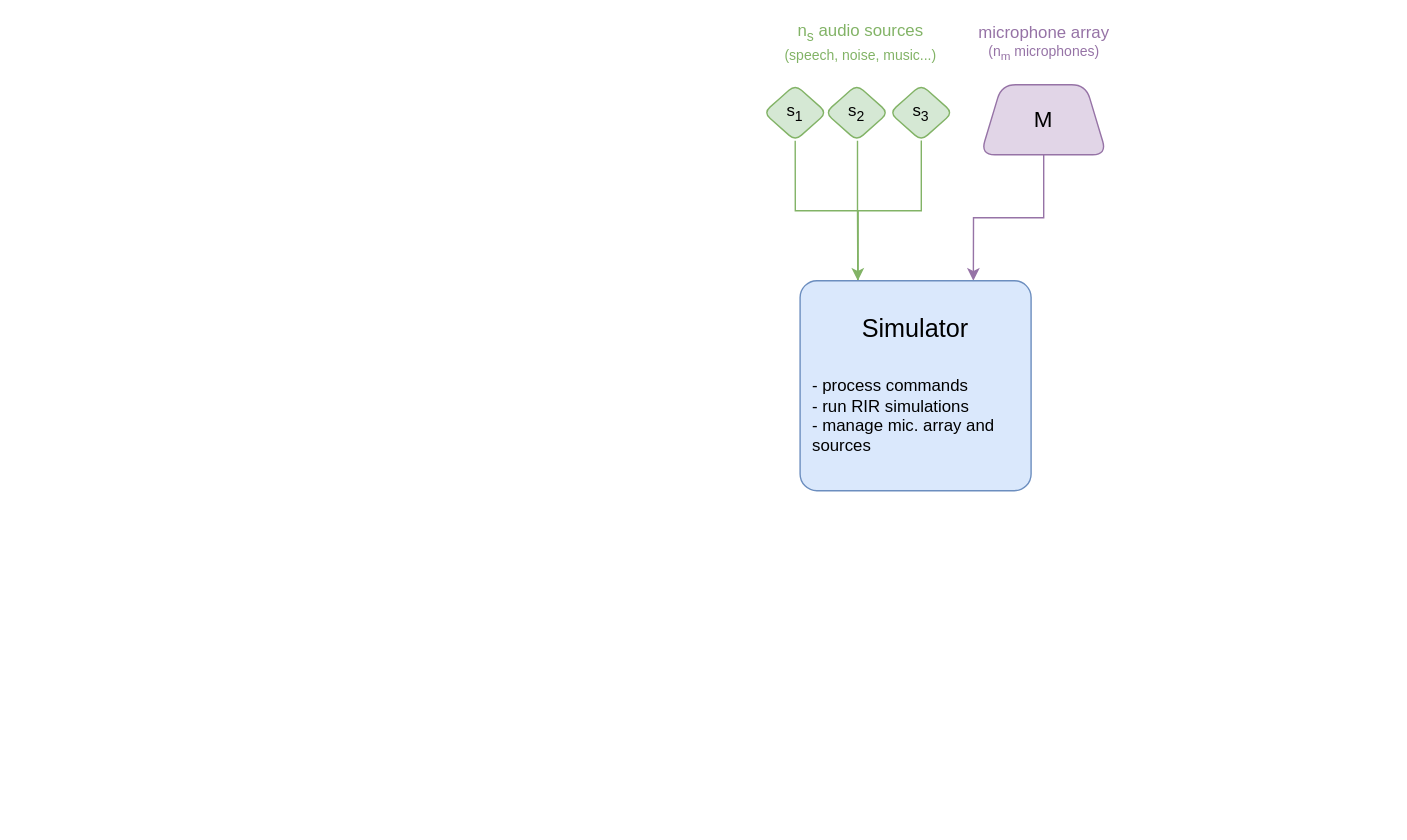
The draw.io diagram slides/2_simulator/figures/simulator_architecture_1.svg in GaetanLepage/phd_defense_slides, before a commit. Source tidied: cells renumbered, new cells last; positions are measured from the earlier drawing's top-left corner, leaving out a move shared by most shapes.
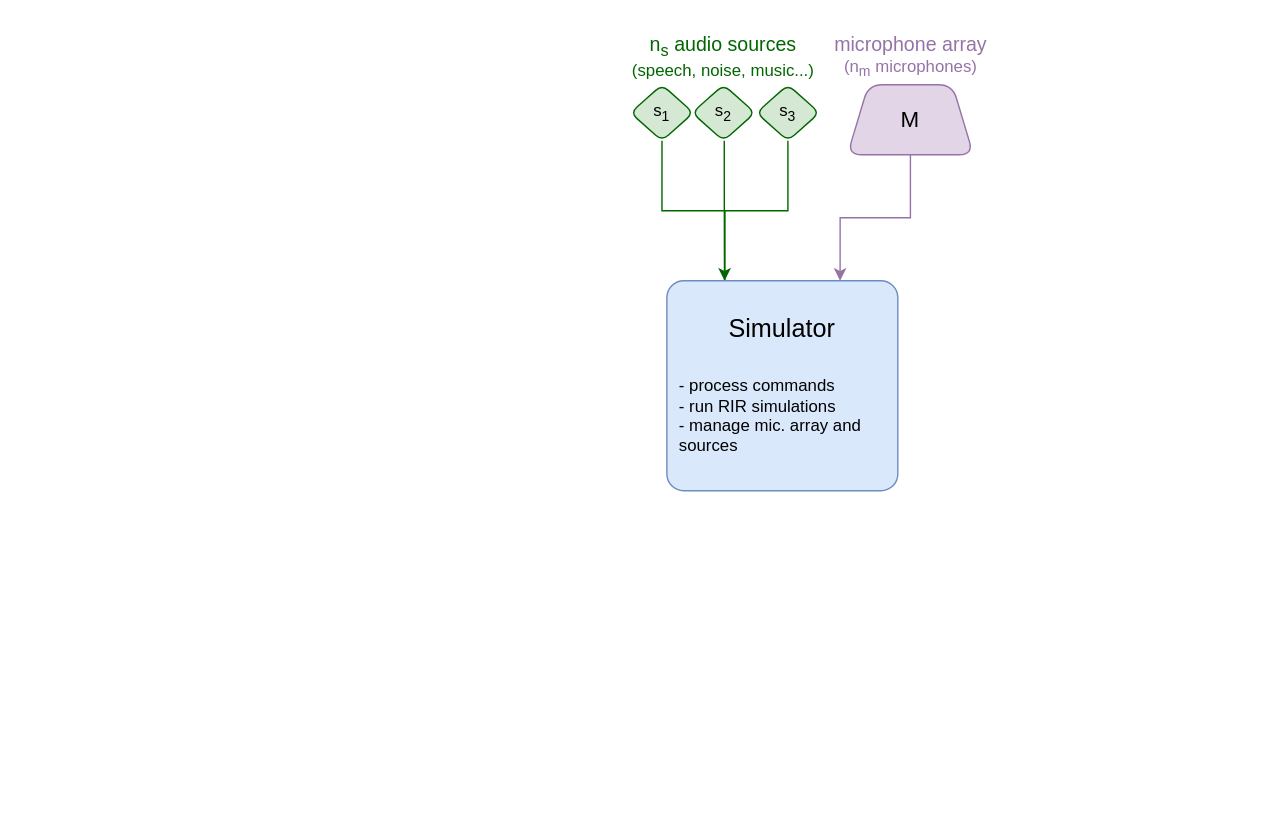
After the commit.

What changed in the source:
```diff
@@ -3,36 +3,36 @@
     <mxCell id="0" />
     <mxCell id="1" parent="0" />
     <mxCell id="2" style="rounded=0;whiteSpace=wrap;html=1;fillColor=none;strokeColor=none;" parent="1" vertex="1">
-      <mxGeometry width="1005" height="600" as="geometry" />
+      <mxGeometry x="95" width="910" height="600" as="geometry" />
     </mxCell>
-    <mxCell id="3" style="edgeStyle=orthogonalEdgeStyle;rounded=0;hachureGap=4;jettySize=auto;html=1;exitX=0.5;exitY=1;exitDx=0;exitDy=0;entryX=0.25;entryY=0;entryDx=0;entryDy=0;fontFamily=Architects Daughter;fontSource=https%3A%2F%2Ffonts.googleapis.com%2Fcss%3Ffamily%3DArchitects%2BDaughter;strokeColor=#82B366;endArrow=none;startFill=0;" parent="1" edge="1" source="4" target="13">
+    <mxCell id="3" style="edgeStyle=orthogonalEdgeStyle;rounded=0;hachureGap=4;jettySize=auto;html=1;exitX=0.5;exitY=1;exitDx=0;exitDy=0;entryX=0.25;entryY=0;entryDx=0;entryDy=0;fontFamily=Architects Daughter;fontSource=https%3A%2F%2Ffonts.googleapis.com%2Fcss%3Ffamily%3DArchitects%2BDaughter;strokeColor=#006600;endArrow=none;startFill=0;" parent="1" edge="1" source="4" target="13">
       <mxGeometry relative="1" as="geometry" />
     </mxCell>
-    <mxCell id="4" value="s&lt;sub&gt;1&lt;/sub&gt;" style="rhombus;whiteSpace=wrap;html=1;hachureGap=4;fontFamily=Helvetica;rounded=1;arcSize=12;fillColor=#d5e8d4;strokeColor=#82b366;" parent="1" vertex="1">
+    <mxCell id="4" value="s&lt;sub&gt;1&lt;/sub&gt;" style="rhombus;whiteSpace=wrap;html=1;hachureGap=4;fontFamily=Helvetica;rounded=1;arcSize=12;fillColor=#d5e8d4;strokeColor=#006600;" parent="1" vertex="1">
       <mxGeometry x="545" y="60" width="45" height="40" as="geometry" />
     </mxCell>
-    <mxCell id="5" value="s&lt;sub&gt;2&lt;/sub&gt;" style="rhombus;whiteSpace=wrap;html=1;hachureGap=4;fontFamily=Helvetica;rounded=1;arcSize=12;fillColor=#d5e8d4;strokeColor=#82b366;" parent="1" vertex="1">
+    <mxCell id="5" value="s&lt;sub&gt;2&lt;/sub&gt;" style="rhombus;whiteSpace=wrap;html=1;hachureGap=4;fontFamily=Helvetica;rounded=1;arcSize=12;fillColor=#d5e8d4;strokeColor=#006600;" parent="1" vertex="1">
       <mxGeometry x="589" y="60" width="45" height="40" as="geometry" />
     </mxCell>
-    <mxCell id="6" style="edgeStyle=orthogonalEdgeStyle;rounded=0;hachureGap=4;jettySize=auto;html=1;entryX=0.25;entryY=0;entryDx=0;entryDy=0;fontFamily=Architects Daughter;fontSource=https%3A%2F%2Ffonts.googleapis.com%2Fcss%3Ffamily%3DArchitects%2BDaughter;strokeColor=#82B366;endArrow=none;startFill=0;" parent="1" edge="1" source="7" target="13">
+    <mxCell id="6" style="edgeStyle=orthogonalEdgeStyle;rounded=0;hachureGap=4;jettySize=auto;html=1;entryX=0.25;entryY=0;entryDx=0;entryDy=0;fontFamily=Architects Daughter;fontSource=https%3A%2F%2Ffonts.googleapis.com%2Fcss%3Ffamily%3DArchitects%2BDaughter;strokeColor=#006600;endArrow=none;startFill=0;" parent="1" edge="1" source="7" target="13">
       <mxGeometry relative="1" as="geometry" />
     </mxCell>
-    <mxCell id="7" value="s&lt;sub&gt;3&lt;/sub&gt;" style="rhombus;whiteSpace=wrap;html=1;hachureGap=4;fontFamily=Helvetica;rounded=1;arcSize=12;fillColor=#d5e8d4;strokeColor=#82b366;" parent="1" vertex="1">
+    <mxCell id="7" value="s&lt;sub&gt;3&lt;/sub&gt;" style="rhombus;whiteSpace=wrap;html=1;hachureGap=4;fontFamily=Helvetica;rounded=1;arcSize=12;fillColor=#d5e8d4;strokeColor=#006600;" parent="1" vertex="1">
       <mxGeometry x="635" y="60" width="45" height="40" as="geometry" />
     </mxCell>
-    <mxCell id="8" value="n&lt;sub&gt;s&lt;/sub&gt;&amp;nbsp;audio sources&lt;div&gt;&lt;font style=&quot;font-size: 10px;&quot;&gt;(speech, noise, music...)&lt;/font&gt;&lt;/div&gt;" style="text;html=1;align=center;verticalAlign=middle;whiteSpace=wrap;rounded=0;fontFamily=Helvetica;fontColor=#82B366;" parent="1" vertex="1">
-      <mxGeometry x="545" y="10" width="139" height="40" as="geometry" />
+    <mxCell id="8" value="&lt;font style=&quot;font-size: 14px;&quot;&gt;n&lt;sub style=&quot;&quot;&gt;s&lt;/sub&gt;&amp;nbsp;audio sources&lt;/font&gt;&lt;div&gt;&lt;font&gt;(speech, noise, music...)&lt;/font&gt;&lt;/div&gt;" style="text;html=1;align=center;verticalAlign=middle;whiteSpace=wrap;rounded=0;fontFamily=Helvetica;fontColor=#006600;" parent="1" vertex="1">
+      <mxGeometry x="542" y="20" width="139" height="40" as="geometry" />
     </mxCell>
     <mxCell id="9" style="edgeStyle=orthogonalEdgeStyle;rounded=0;hachureGap=4;jettySize=auto;html=1;exitX=0.5;exitY=1;exitDx=0;exitDy=0;entryX=0.75;entryY=0;entryDx=0;entryDy=0;fontFamily=Architects Daughter;fontSource=https%3A%2F%2Ffonts.googleapis.com%2Fcss%3Ffamily%3DArchitects%2BDaughter;fillColor=#e1d5e7;strokeColor=#9673a6;" parent="1" edge="1" source="11" target="13">
       <mxGeometry relative="1" as="geometry" />
     </mxCell>
-    <mxCell id="10" value="microphone array&lt;div style=&quot;font-size: 10px;&quot;&gt;(n&lt;sub&gt;m&lt;/sub&gt; microphones)&lt;/div&gt;" style="text;html=1;align=center;verticalAlign=middle;whiteSpace=wrap;rounded=0;fontFamily=Helvetica;fontColor=#9673A6;" parent="1" vertex="1">
-      <mxGeometry x="675.5" y="10" width="139" height="40" as="geometry" />
+    <mxCell id="10" value="&lt;font style=&quot;font-size: 14px;&quot;&gt;microphone array&lt;/font&gt;&lt;div style=&quot;&quot;&gt;&lt;font&gt;(n&lt;sub style=&quot;&quot;&gt;m&lt;/sub&gt; microphones)&lt;/font&gt;&lt;/div&gt;" style="text;html=1;align=center;verticalAlign=middle;whiteSpace=wrap;rounded=0;fontFamily=Helvetica;fontColor=#9673A6;" parent="1" vertex="1">
+      <mxGeometry x="675.5" y="20" width="139" height="40" as="geometry" />
     </mxCell>
     <mxCell id="11" value="M" style="shape=trapezoid;perimeter=trapezoidPerimeter;whiteSpace=wrap;html=1;fixedSize=1;hachureGap=4;fontFamily=Helvetica;fontSize=16;fillColor=#e1d5e7;strokeColor=#9673a6;size=15;rounded=1;" parent="1" vertex="1">
       <mxGeometry x="700" y="60" width="90" height="50" as="geometry" />
     </mxCell>
-    <mxCell id="12" style="edgeStyle=orthogonalEdgeStyle;rounded=0;hachureGap=4;jettySize=auto;html=1;exitX=0.25;exitY=0;exitDx=0;exitDy=0;fontFamily=Architects Daughter;fontSource=https%3A%2F%2Ffonts.googleapis.com%2Fcss%3Ffamily%3DArchitects%2BDaughter;endArrow=classic;startFill=0;strokeColor=#82B366;endFill=1;entryX=0.25;entryY=0;entryDx=0;entryDy=0;" parent="1" edge="1" target="13">
+    <mxCell id="12" style="edgeStyle=orthogonalEdgeStyle;rounded=0;hachureGap=4;jettySize=auto;html=1;exitX=0.25;exitY=0;exitDx=0;exitDy=0;fontFamily=Architects Daughter;fontSource=https%3A%2F%2Ffonts.googleapis.com%2Fcss%3Ffamily%3DArchitects%2BDaughter;endArrow=classic;startFill=0;strokeColor=#006600;endFill=1;entryX=0.25;entryY=0;entryDx=0;entryDy=0;" parent="1" edge="1" target="13">
       <mxGeometry relative="1" as="geometry">
         <mxPoint x="612" y="100" as="sourcePoint" />
         <Array as="points">
```
